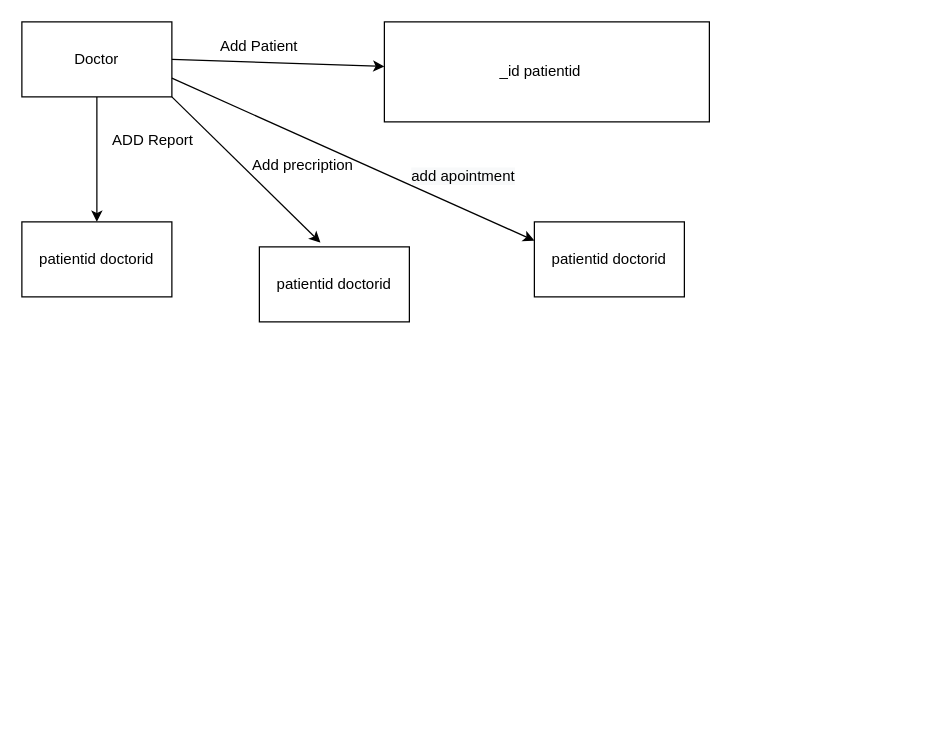
The draw.io diagram doccheck1Untitled Diagram.drawio in Tarunagg1/draw, before the edit. Source tidied: cells renumbered, new cells numbered last; positions are measured from the earlier drawing's top-left corner, leaving out a move shared by most shapes. Both pictures are drawn from the tidied source at 125%, with x=0, y=0 at pixel (21, 21).
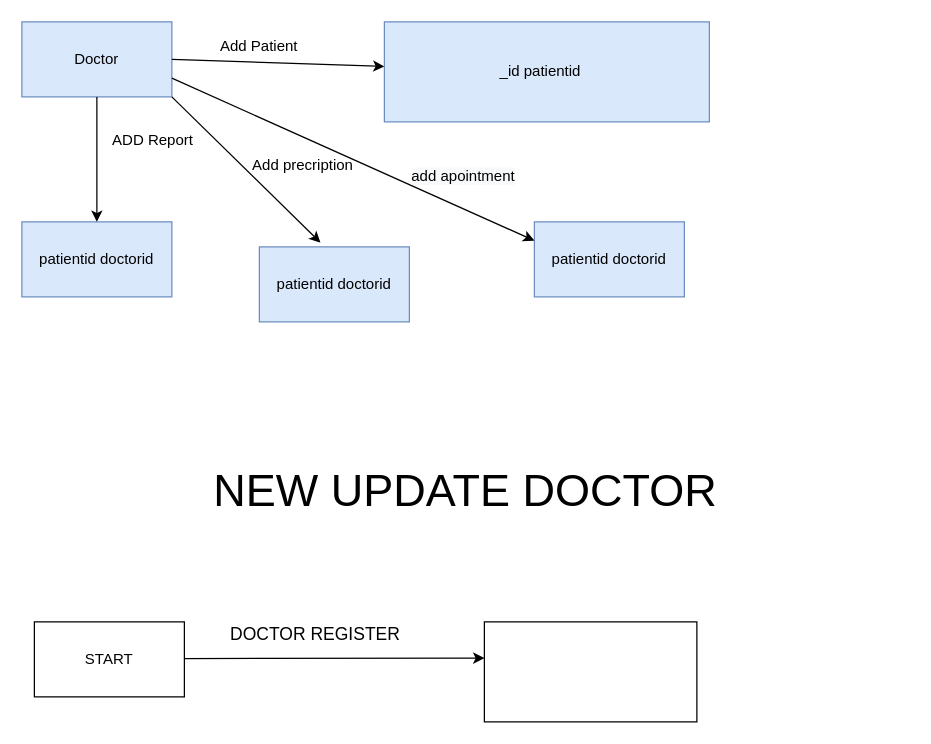
Above is the later version.

What changed in the source:
```diff
@@
-    <mxCell id="2" value="Doctor" style="rounded=0;whiteSpace=wrap;html=1;" parent="1" vertex="1">
+    <mxCell id="2" value="Doctor" style="rounded=0;whiteSpace=wrap;html=1;fillColor=#dae8fc;strokeColor=#6c8ebf;" parent="1" vertex="1">
       <mxGeometry width="120" height="60" as="geometry" />
     </mxCell>
@@
-    <mxCell id="4" style="rounded=0;whiteSpace=wrap;html=1;" parent="1" vertex="1">
+    <mxCell id="4" style="rounded=0;whiteSpace=wrap;html=1;fillColor=#dae8fc;strokeColor=#6c8ebf;" parent="1" vertex="1">
       <mxGeometry x="290" width="260" height="80" as="geometry" />
     </mxCell>
@@
-    <mxCell id="7" value="patientid&amp;nbsp;doctorid" style="rounded=0;whiteSpace=wrap;html=1;" parent="1" vertex="1">
+    <mxCell id="7" value="patientid&amp;nbsp;doctorid" style="rounded=0;whiteSpace=wrap;html=1;fillColor=#dae8fc;strokeColor=#6c8ebf;" parent="1" vertex="1">
       <mxGeometry y="160" width="120" height="60" as="geometry" />
     </mxCell>
@@
-    <mxCell id="10" value="patientid doctorid" style="rounded=0;whiteSpace=wrap;html=1;" parent="1" vertex="1">
+    <mxCell id="10" value="patientid doctorid" style="rounded=0;whiteSpace=wrap;html=1;fillColor=#dae8fc;strokeColor=#6c8ebf;" parent="1" vertex="1">
       <mxGeometry x="410" y="160" width="120" height="60" as="geometry" />
     </mxCell>
-    <mxCell id="11" value="patientid doctorid" style="rounded=0;whiteSpace=wrap;html=1;" parent="1" vertex="1">
+    <mxCell id="11" value="patientid doctorid" style="rounded=0;whiteSpace=wrap;html=1;fillColor=#dae8fc;strokeColor=#6c8ebf;" parent="1" vertex="1">
       <mxGeometry x="190" y="180" width="120" height="60" as="geometry" />
     </mxCell>
@@
+    <mxCell id="16" value="&lt;font style=&quot;font-size: 36px&quot;&gt;NEW UPDATE DOCTOR&lt;/font&gt;" style="text;html=1;strokeColor=none;fillColor=none;align=center;verticalAlign=middle;whiteSpace=wrap;rounded=0;" parent="1" vertex="1">
+      <mxGeometry y="340" width="710" height="70" as="geometry" />
+    </mxCell>
+    <mxCell id="17" value="START" style="rounded=0;whiteSpace=wrap;html=1;" parent="1" vertex="1">
+      <mxGeometry x="10" y="480" width="120" height="60" as="geometry" />
+    </mxCell>
+    <mxCell id="18" style="endArrow=classic;html=1;" parent="1" edge="1">
+      <mxGeometry relative="1" as="geometry">
+        <mxPoint x="130" y="509.3" as="sourcePoint" />
+        <mxPoint x="370" y="509" as="targetPoint" />
+      </mxGeometry>
+    </mxCell>
+    <mxCell id="19" style="rounded=0;whiteSpace=wrap;html=1;" parent="1" vertex="1">
+      <mxGeometry x="370" y="480" width="170" height="80" as="geometry" />
+    </mxCell>
+    <mxCell id="20" value="&lt;font style=&quot;font-size: 14px&quot;&gt;DOCTOR REGISTER&lt;/font&gt;" style="text;html=1;strokeColor=none;fillColor=none;align=center;verticalAlign=middle;whiteSpace=wrap;rounded=0;" parent="1" vertex="1">
+      <mxGeometry x="160" y="480" width="150" height="20" as="geometry" />
+    </mxCell>
```
